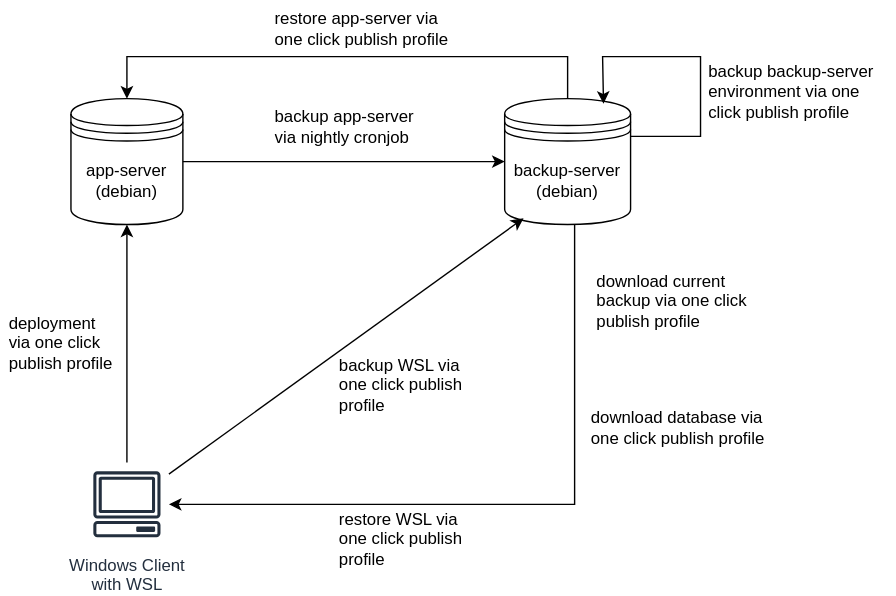
Above: _images/architecture-server-setup.drawio.svg in gartenkralle/geolocation-services-doc (draw.io), before the change. Source tidied: cells renumbered, new cells last; positions are measured from the earlier drawing's top-left corner, leaving out a move shared by most shapes.
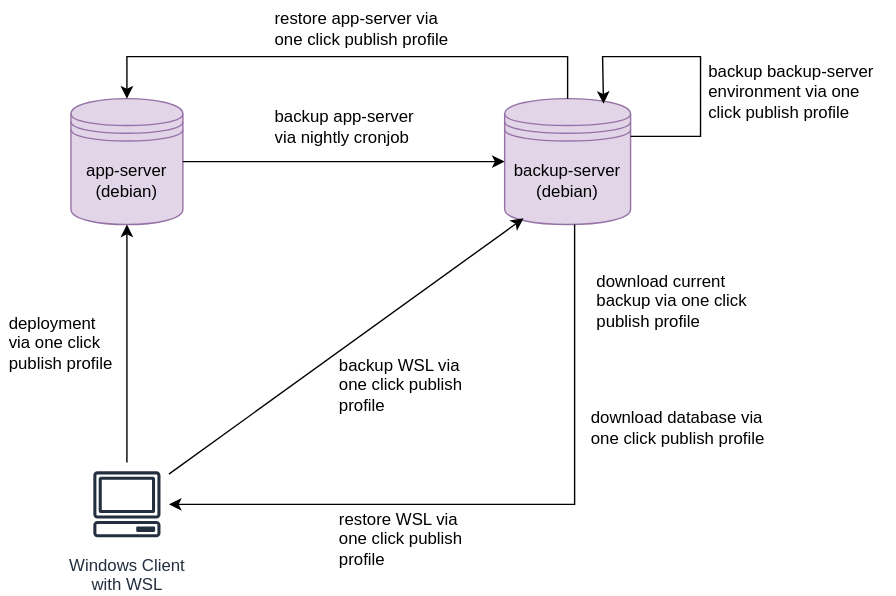
After the change.

Diff of the diagram source:
```diff
@@ -2,10 +2,10 @@
   <root>
     <mxCell id="0" />
     <mxCell id="1" parent="0" />
-    <mxCell id="2" value="app-server (debian)" style="shape=datastore;whiteSpace=wrap;html=1;" parent="1" vertex="1">
+    <mxCell id="2" value="app-server (debian)" style="shape=datastore;whiteSpace=wrap;html=1;fillColor=#e1d5e7;strokeColor=#9673a6;" parent="1" vertex="1">
       <mxGeometry x="50" y="70" width="80" height="90" as="geometry" />
     </mxCell>
-    <mxCell id="3" value="backup-server (debian)" style="shape=datastore;whiteSpace=wrap;html=1;" parent="1" vertex="1">
+    <mxCell id="3" value="backup-server (debian)" style="shape=datastore;whiteSpace=wrap;html=1;labelBackgroundColor=none;fillColor=#e1d5e7;strokeColor=#9673a6;" parent="1" vertex="1">
       <mxGeometry x="360" y="70" width="90" height="90" as="geometry" />
     </mxCell>
     <mxCell id="4" value="Windows Client&lt;div&gt;with&lt;span style=&quot;background-color: initial;&quot;&gt;&amp;nbsp;WSL&lt;/span&gt;&lt;/div&gt;" style="sketch=0;outlineConnect=0;fontColor=#232F3E;gradientColor=none;strokeColor=#232F3E;fillColor=#ffffff;dashed=0;verticalLabelPosition=bottom;verticalAlign=top;align=center;html=1;fontSize=12;fontStyle=0;shape=mxgraph.aws4.resourceIcon;resIcon=mxgraph.aws4.client;" parent="1" vertex="1">
```
